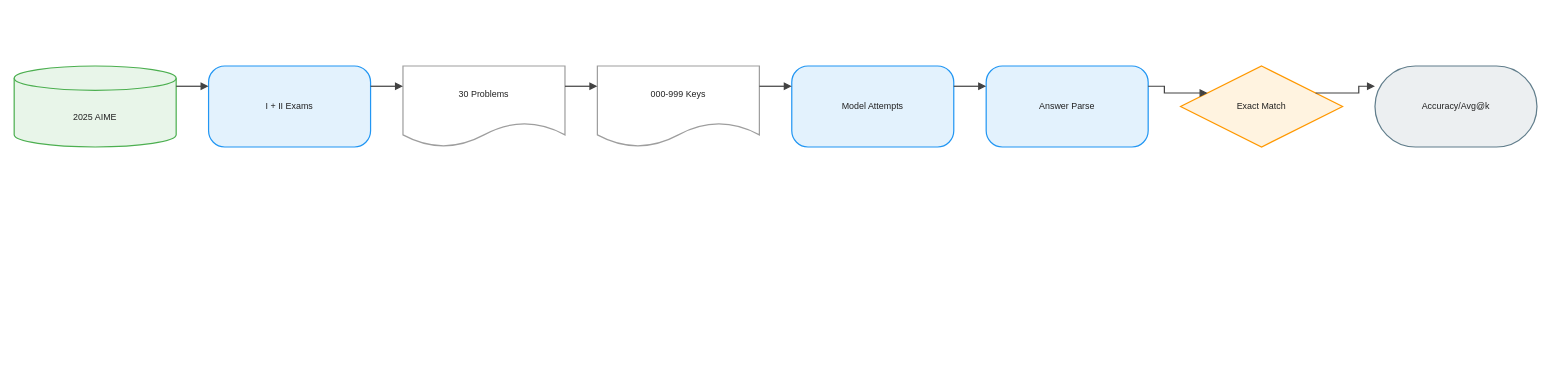
joe1chief/benchmark-hub keeps this draw.io diagram as client/public/drawio/AIME-25/AIME-25.en.drawio. Above is the earlier version. Source tidied: cells renumbered, new cells numbered last; positions are measured from the earlier drawing's top-left corner, leaving out a move shared by most shapes. Both pictures are drawn from the tidied source at 81%, with x=0, y=0 at pixel (14, 66).
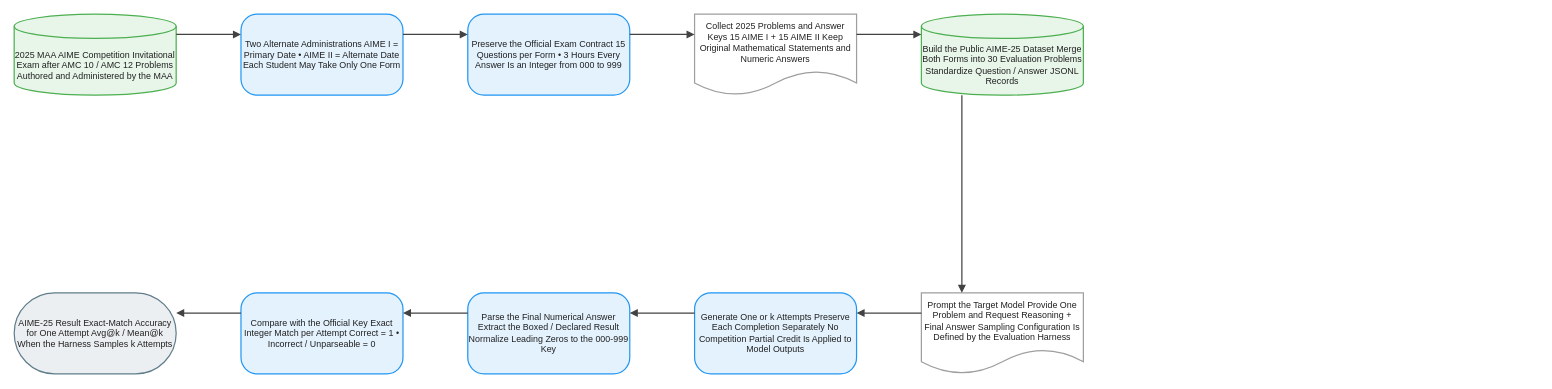
Above is the later version.

Diff of the diagram source:
```diff
@@
-    <mxCell id="2" value="2025 AIME" style="shape=cylinder3;boundedLbl=1;backgroundOutline=1;size=15;html=1;whiteSpace=wrap;fillColor=#E8F5E9;strokeColor=#4CAF50;strokeWidth=1.5;fontColor=#212121;fontSize=11;fontFamily=Arial, Helvetica, sans-serif;verticalAlign=middle;align=center;" parent="1" vertex="1">
-      <mxGeometry width="200" height="100" as="geometry" />
+    <mxCell id="2" value="2025 MAA AIME Competition Invitational Exam after AMC 10 / AMC 12 Problems Authored and Administered by the MAA" style="shape=cylinder3;boundedLbl=1;backgroundOutline=1;size=15;html=1;whiteSpace=wrap;fillColor=#E8F5E9;strokeColor=#4CAF50;strokeWidth=1.5;fontColor=#212121;fontSize=11;fontFamily=Arial, Helvetica, sans-serif;verticalAlign=middle;align=center;" parent="1" vertex="1">
+      <mxGeometry y="-64" width="200" height="100" as="geometry" />
     </mxCell>
-    <mxCell id="3" value="I + II Exams" style="rounded=1;arcSize=20;html=1;whiteSpace=wrap;fillColor=#E3F2FD;strokeColor=#2196F3;strokeWidth=1.5;fontColor=#212121;fontSize=11;fontFamily=Arial, Helvetica, sans-serif;verticalAlign=middle;align=center;" parent="1" vertex="1">
-      <mxGeometry x="240" width="200" height="100" as="geometry" />
+    <mxCell id="3" value="Two Alternate Administrations AIME I = Primary Date • AIME II = Alternate Date Each Student May Take Only One Form" style="rounded=1;arcSize=20;html=1;whiteSpace=wrap;fillColor=#E3F2FD;strokeColor=#2196F3;strokeWidth=1.5;fontColor=#212121;fontSize=11;fontFamily=Arial, Helvetica, sans-serif;verticalAlign=middle;align=center;" parent="1" vertex="1">
+      <mxGeometry x="280" y="-64" width="200" height="100" as="geometry" />
     </mxCell>
-    <mxCell id="4" value="30 Problems" style="shape=document;boundedLbl=1;html=1;whiteSpace=wrap;fillColor=#FFFFFF;strokeColor=#9E9E9E;strokeWidth=1.5;fontColor=#212121;fontSize=11;fontFamily=Arial, Helvetica, sans-serif;verticalAlign=middle;align=center;" parent="1" vertex="1">
-      <mxGeometry x="480" width="200" height="100" as="geometry" />
+    <mxCell id="4" value="Preserve the Official Exam Contract 15 Questions per Form • 3 Hours Every Answer Is an Integer from 000 to 999" style="rounded=1;arcSize=20;html=1;whiteSpace=wrap;fillColor=#E3F2FD;strokeColor=#2196F3;strokeWidth=1.5;fontColor=#212121;fontSize=11;fontFamily=Arial, Helvetica, sans-serif;verticalAlign=middle;align=center;" parent="1" vertex="1">
+      <mxGeometry x="560" y="-64" width="200" height="100" as="geometry" />
     </mxCell>
-    <mxCell id="5" value="000-999 Keys" style="shape=document;boundedLbl=1;html=1;whiteSpace=wrap;fillColor=#FFFFFF;strokeColor=#9E9E9E;strokeWidth=1.5;fontColor=#212121;fontSize=11;fontFamily=Arial, Helvetica, sans-serif;verticalAlign=middle;align=center;" parent="1" vertex="1">
-      <mxGeometry x="720" width="200" height="100" as="geometry" />
+    <mxCell id="5" value="Collect 2025 Problems and Answer Keys 15 AIME I + 15 AIME II Keep Original Mathematical Statements and Numeric Answers" style="shape=document;boundedLbl=1;html=1;whiteSpace=wrap;fillColor=#FFFFFF;strokeColor=#9E9E9E;strokeWidth=1.5;fontColor=#212121;fontSize=11;fontFamily=Arial, Helvetica, sans-serif;verticalAlign=middle;align=center;" parent="1" vertex="1">
+      <mxGeometry x="840" y="-64" width="200" height="100" as="geometry" />
     </mxCell>
-    <mxCell id="6" value="Model Attempts" style="rounded=1;arcSize=20;html=1;whiteSpace=wrap;fillColor=#E3F2FD;strokeColor=#2196F3;strokeWidth=1.5;fontColor=#212121;fontSize=11;fontFamily=Arial, Helvetica, sans-serif;verticalAlign=middle;align=center;" parent="1" vertex="1">
-      <mxGeometry x="960" width="200" height="100" as="geometry" />
+    <mxCell id="6" value="Build the Public AIME-25 Dataset Merge Both Forms into 30 Evaluation Problems Standardize Question / Answer JSONL Records" style="shape=cylinder3;boundedLbl=1;backgroundOutline=1;size=15;html=1;whiteSpace=wrap;fillColor=#E8F5E9;strokeColor=#4CAF50;strokeWidth=1.5;fontColor=#212121;fontSize=11;fontFamily=Arial, Helvetica, sans-serif;verticalAlign=middle;align=center;" parent="1" vertex="1">
+      <mxGeometry x="1120" y="-64" width="200" height="100" as="geometry" />
     </mxCell>
-    <mxCell id="7" value="Answer Parse" style="rounded=1;arcSize=20;html=1;whiteSpace=wrap;fillColor=#E3F2FD;strokeColor=#2196F3;strokeWidth=1.5;fontColor=#212121;fontSize=11;fontFamily=Arial, Helvetica, sans-serif;verticalAlign=middle;align=center;" parent="1" vertex="1">
-      <mxGeometry x="1200" width="200" height="100" as="geometry" />
+    <mxCell id="7" value="Prompt the Target Model Provide One Problem and Request Reasoning + Final Answer Sampling Configuration Is Defined by the Evaluation Harness" style="shape=document;boundedLbl=1;html=1;whiteSpace=wrap;fillColor=#FFFFFF;strokeColor=#9E9E9E;strokeWidth=1.5;fontColor=#212121;fontSize=11;fontFamily=Arial, Helvetica, sans-serif;verticalAlign=middle;align=center;" parent="1" vertex="1">
+      <mxGeometry x="1120" y="280" width="200" height="100" as="geometry" />
     </mxCell>
-    <mxCell id="8" value="Exact Match" style="rhombus;html=1;whiteSpace=wrap;fillColor=#FFF3E0;strokeColor=#FF9800;strokeWidth=1.5;fontColor=#212121;fontSize=11;fontFamily=Arial, Helvetica, sans-serif;verticalAlign=middle;align=center;" parent="1" vertex="1">
-      <mxGeometry x="1440" width="200" height="100" as="geometry" />
+    <mxCell id="8" value="Generate One or k Attempts Preserve Each Completion Separately No Competition Partial Credit Is Applied to Model Outputs" style="rounded=1;arcSize=20;html=1;whiteSpace=wrap;fillColor=#E3F2FD;strokeColor=#2196F3;strokeWidth=1.5;fontColor=#212121;fontSize=11;fontFamily=Arial, Helvetica, sans-serif;verticalAlign=middle;align=center;" parent="1" vertex="1">
+      <mxGeometry x="840" y="280" width="200" height="100" as="geometry" />
     </mxCell>
-    <mxCell id="9" value="Accuracy/Avg@k" style="rounded=1;arcSize=50;html=1;whiteSpace=wrap;fillColor=#ECEFF1;strokeColor=#607D8B;strokeWidth=1.5;fontColor=#212121;fontSize=11;fontFamily=Arial, Helvetica, sans-serif;verticalAlign=middle;align=center;" parent="1" vertex="1">
-      <mxGeometry x="1680" width="200" height="100" as="geometry" />
+    <mxCell id="9" value="Parse the Final Numerical Answer Extract the Boxed / Declared Result Normalize Leading Zeros to the 000-999 Key" style="rounded=1;arcSize=20;html=1;whiteSpace=wrap;fillColor=#E3F2FD;strokeColor=#2196F3;strokeWidth=1.5;fontColor=#212121;fontSize=11;fontFamily=Arial, Helvetica, sans-serif;verticalAlign=middle;align=center;" parent="1" vertex="1">
+      <mxGeometry x="560" y="280" width="200" height="100" as="geometry" />
     </mxCell>
-    <mxCell id="10" style="edgeStyle=orthogonalEdgeStyle;rounded=0;jettySize=auto;html=1;strokeColor=#424242;strokeWidth=1.5;endArrow=block;endFill=1;exitX=1;exitY=0.25;exitDx=0;exitDy=0;entryX=0;entryY=0.25;entryDx=0;entryDy=0;jumpStyle=arc;jumpSize=8;" parent="1" edge="1" source="2" target="3">
-      <mxGeometry relative="1" as="geometry" />
+    <mxCell id="10" value="Compare with the Official Key Exact Integer Match per Attempt Correct = 1 • Incorrect / Unparseable = 0" style="rounded=1;arcSize=20;html=1;whiteSpace=wrap;fillColor=#E3F2FD;strokeColor=#2196F3;strokeWidth=1.5;fontColor=#212121;fontSize=11;fontFamily=Arial, Helvetica, sans-serif;verticalAlign=middle;align=center;" parent="1" vertex="1">
+      <mxGeometry x="280" y="280" width="200" height="100" as="geometry" />
     </mxCell>
-    <mxCell id="11" style="edgeStyle=orthogonalEdgeStyle;rounded=0;jettySize=auto;html=1;strokeColor=#424242;strokeWidth=1.5;endArrow=block;endFill=1;exitX=1;exitY=0.25;exitDx=0;exitDy=0;entryX=0;entryY=0.25;entryDx=0;entryDy=0;jumpStyle=arc;jumpSize=8;" parent="1" edge="1" source="3" target="4">
-      <mxGeometry relative="1" as="geometry" />
+    <mxCell id="11" value="AIME-25 Result Exact-Match Accuracy for One Attempt Avg@k / Mean@k When the Harness Samples k Attempts" style="rounded=1;arcSize=50;html=1;whiteSpace=wrap;fillColor=#ECEFF1;strokeColor=#607D8B;strokeWidth=1.5;fontColor=#212121;fontSize=11;fontFamily=Arial, Helvetica, sans-serif;verticalAlign=middle;align=center;" parent="1" vertex="1">
+      <mxGeometry y="280" width="200" height="100" as="geometry" />
     </mxCell>
-    <mxCell id="12" style="edgeStyle=orthogonalEdgeStyle;rounded=0;jettySize=auto;html=1;strokeColor=#424242;strokeWidth=1.5;endArrow=block;endFill=1;exitX=1;exitY=0.25;exitDx=0;exitDy=0;entryX=0;entryY=0.25;entryDx=0;entryDy=0;jumpStyle=arc;jumpSize=8;" parent="1" edge="1" source="4" target="5">
+    <mxCell id="12" style="edgeStyle=orthogonalEdgeStyle;rounded=0;jettySize=auto;html=1;strokeColor=#424242;strokeWidth=1.5;endArrow=block;endFill=1;exitX=1;exitY=0.25;exitDx=0;exitDy=0;entryX=0;entryY=0.25;entryDx=0;entryDy=0;jumpStyle=arc;jumpSize=8;" parent="1" edge="1" source="2" target="3">
       <mxGeometry relative="1" as="geometry" />
     </mxCell>
-    <mxCell id="13" style="edgeStyle=orthogonalEdgeStyle;rounded=0;jettySize=auto;html=1;strokeColor=#424242;strokeWidth=1.5;endArrow=block;endFill=1;exitX=1;exitY=0.25;exitDx=0;exitDy=0;entryX=0;entryY=0.25;entryDx=0;entryDy=0;jumpStyle=arc;jumpSize=8;" parent="1" edge="1" source="5" target="6">
+    <mxCell id="13" style="edgeStyle=orthogonalEdgeStyle;rounded=0;jettySize=auto;html=1;strokeColor=#424242;strokeWidth=1.5;endArrow=block;endFill=1;exitX=1;exitY=0.25;exitDx=0;exitDy=0;entryX=0;entryY=0.25;entryDx=0;entryDy=0;jumpStyle=arc;jumpSize=8;" parent="1" edge="1" source="3" target="4">
       <mxGeometry relative="1" as="geometry" />
     </mxCell>
-    <mxCell id="14" style="edgeStyle=orthogonalEdgeStyle;rounded=0;jettySize=auto;html=1;strokeColor=#424242;strokeWidth=1.5;endArrow=block;endFill=1;exitX=1;exitY=0.25;exitDx=0;exitDy=0;entryX=0;entryY=0.25;entryDx=0;entryDy=0;jumpStyle=arc;jumpSize=8;" parent="1" edge="1" source="6" target="7">
+    <mxCell id="14" style="edgeStyle=orthogonalEdgeStyle;rounded=0;jettySize=auto;html=1;strokeColor=#424242;strokeWidth=1.5;endArrow=block;endFill=1;exitX=1;exitY=0.25;exitDx=0;exitDy=0;entryX=0;entryY=0.25;entryDx=0;entryDy=0;jumpStyle=arc;jumpSize=8;" parent="1" edge="1" source="4" target="5">
       <mxGeometry relative="1" as="geometry" />
     </mxCell>
-    <mxCell id="15" style="edgeStyle=orthogonalEdgeStyle;rounded=0;jettySize=auto;html=1;strokeColor=#424242;strokeWidth=1.5;endArrow=block;endFill=1;exitX=1;exitY=0.25;exitDx=0;exitDy=0;entryX=0;entryY=0.25;entryDx=0;entryDy=0;jumpStyle=arc;jumpSize=8;" parent="1" edge="1" source="7" target="8">
+    <mxCell id="15" style="edgeStyle=orthogonalEdgeStyle;rounded=0;jettySize=auto;html=1;strokeColor=#424242;strokeWidth=1.5;endArrow=block;endFill=1;exitX=1;exitY=0.25;exitDx=0;exitDy=0;entryX=0;entryY=0.25;entryDx=0;entryDy=0;jumpStyle=arc;jumpSize=8;" parent="1" edge="1" source="5" target="6">
       <mxGeometry relative="1" as="geometry" />
     </mxCell>
-    <mxCell id="16" style="edgeStyle=orthogonalEdgeStyle;rounded=0;jettySize=auto;html=1;strokeColor=#424242;strokeWidth=1.5;endArrow=block;endFill=1;exitX=1;exitY=0.25;exitDx=0;exitDy=0;entryX=0;entryY=0.25;entryDx=0;entryDy=0;jumpStyle=arc;jumpSize=8;" parent="1" edge="1" source="8" target="9">
+    <mxCell id="16" style="edgeStyle=orthogonalEdgeStyle;rounded=0;jettySize=auto;html=1;strokeColor=#424242;strokeWidth=1.5;endArrow=block;endFill=1;exitX=0.25;exitY=1;exitDx=0;exitDy=0;entryX=0.25;entryY=0;entryDx=0;entryDy=0;jumpStyle=arc;jumpSize=8;" parent="1" edge="1" source="6" target="7">
       <mxGeometry relative="1" as="geometry" />
     </mxCell>
+    <mxCell id="17" style="edgeStyle=orthogonalEdgeStyle;rounded=0;jettySize=auto;html=1;strokeColor=#424242;strokeWidth=1.5;endArrow=block;endFill=1;exitX=0;exitY=0.25;exitDx=0;exitDy=0;entryX=1;entryY=0.25;entryDx=0;entryDy=0;jumpStyle=arc;jumpSize=8;" parent="1" edge="1" source="7" target="8">
+      <mxGeometry relative="1" as="geometry" />
+    </mxCell>
+    <mxCell id="18" style="edgeStyle=orthogonalEdgeStyle;rounded=0;jettySize=auto;html=1;strokeColor=#424242;strokeWidth=1.5;endArrow=block;endFill=1;exitX=0;exitY=0.25;exitDx=0;exitDy=0;entryX=1;entryY=0.25;entryDx=0;entryDy=0;jumpStyle=arc;jumpSize=8;" parent="1" edge="1" source="8" target="9">
+      <mxGeometry relative="1" as="geometry" />
+    </mxCell>
+    <mxCell id="19" style="edgeStyle=orthogonalEdgeStyle;rounded=0;jettySize=auto;html=1;strokeColor=#424242;strokeWidth=1.5;endArrow=block;endFill=1;exitX=0;exitY=0.25;exitDx=0;exitDy=0;entryX=1;entryY=0.25;entryDx=0;entryDy=0;jumpStyle=arc;jumpSize=8;" parent="1" edge="1" source="9" target="10">
+      <mxGeometry relative="1" as="geometry" />
+    </mxCell>
+    <mxCell id="20" style="edgeStyle=orthogonalEdgeStyle;rounded=0;jettySize=auto;html=1;strokeColor=#424242;strokeWidth=1.5;endArrow=block;endFill=1;exitX=0;exitY=0.25;exitDx=0;exitDy=0;entryX=1;entryY=0.25;entryDx=0;entryDy=0;jumpStyle=arc;jumpSize=8;" parent="1" edge="1" source="10" target="11">
+      <mxGeometry relative="1" as="geometry" />
+    </mxCell>
```
